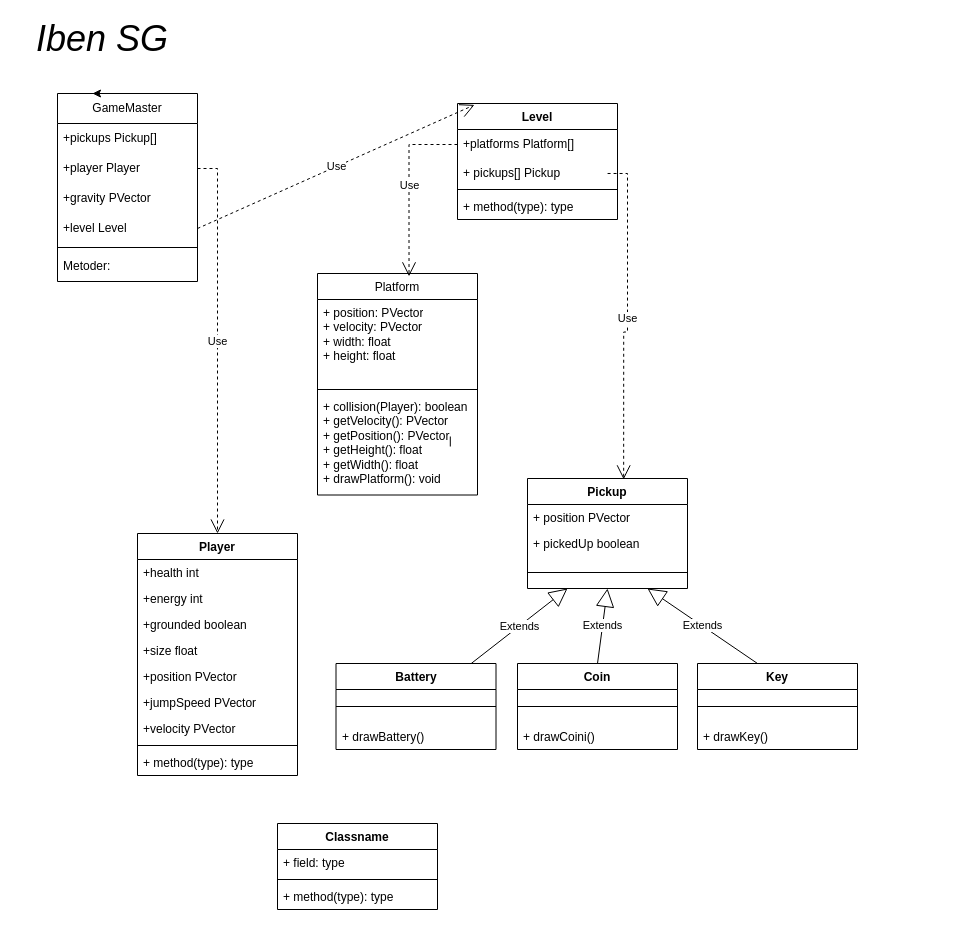
This is Klasse diagram.drawio from Lasse-HTX/spil, a draw.io file, before an edit. Source tidied: cells renumbered, new cells numbered last; positions are measured from the earlier drawing's top-left corner, leaving out a move shared by most shapes. Both pictures are drawn from the tidied source at 100%, with x=0, y=0 at pixel (17, 23).
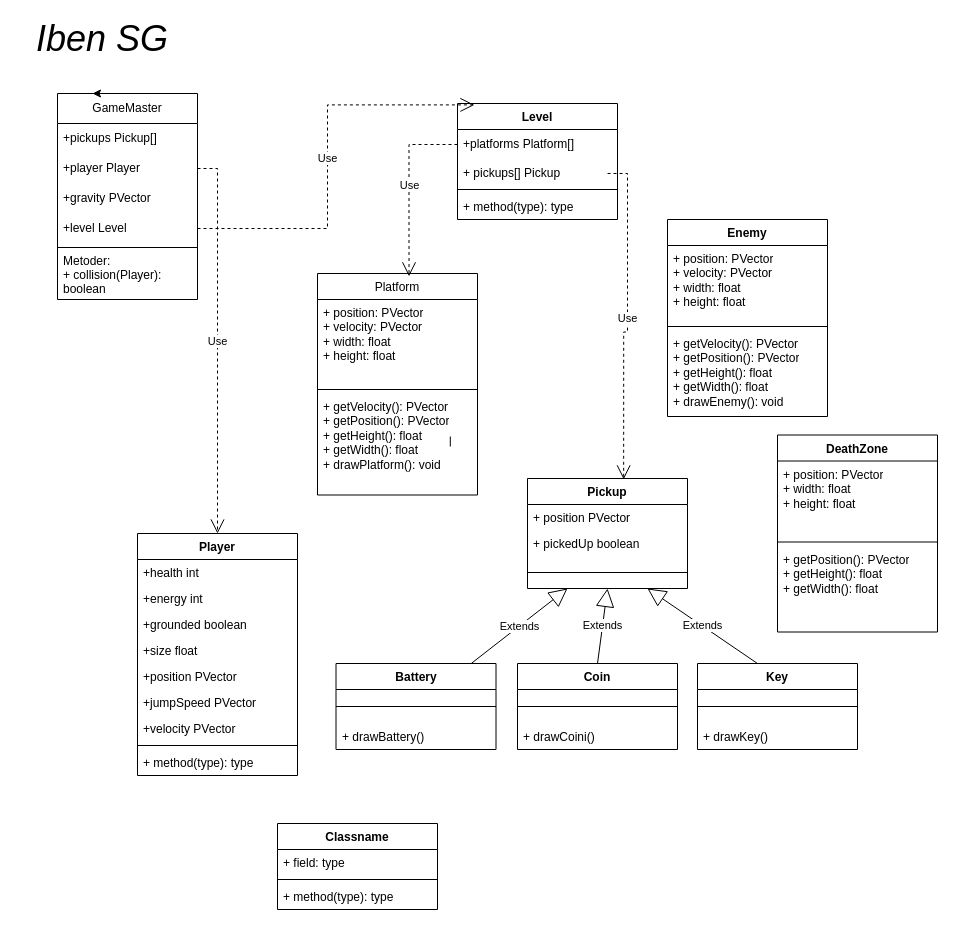
Above is the later version.

Unchanged cells that the change refers to:
```xml
<mxCell id="7" value="+level Level" style="text;strokeColor=none;fillColor=none;align=left;verticalAlign=middle;spacingLeft=4;spacingRight=4;overflow=hidden;points=[[0,0.5],[1,0.5]];portConstraint=eastwest;whiteSpace=wrap;html=1;" parent="3" vertex="1">
  <mxGeometry y="120" width="140" height="30" as="geometry" />
</mxCell>
<mxCell id="37" value="&lt;font style=&quot;font-weight: normal;&quot;&gt;Platform&lt;/font&gt;" style="swimlane;fontStyle=1;align=center;verticalAlign=top;horizontal=1;startSize=26;whiteSpace=wrap;html=1;" parent="1" vertex="1">
  <mxGeometry x="300" y="250" width="160" height="221.5" as="geometry" />
</mxCell>
<mxCell id="45" value="Level" style="swimlane;fontStyle=1;align=center;verticalAlign=top;horizontal=1;startSize=26;whiteSpace=wrap;html=1;" parent="1" vertex="1">
  <mxGeometry x="440" y="80" width="160" height="116" as="geometry" />
</mxCell>
```

The edit, as a diff of the source:
```diff
@@
     <mxCell id="3" value="GameMaster" style="swimlane;fontStyle=0;horizontal=1;startSize=30;whiteSpace=wrap;html=1;" parent="1" vertex="1">
-      <mxGeometry x="40" y="70" width="140" height="188" as="geometry" />
+      <mxGeometry x="40" y="70" width="140" height="206" as="geometry" />
     </mxCell>
@@
-    <mxCell id="9" value="Metoder:" style="text;strokeColor=none;fillColor=none;align=left;verticalAlign=middle;spacingLeft=4;spacingRight=4;overflow=hidden;whiteSpace=wrap;html=1;" parent="3" vertex="1">
-      <mxGeometry y="158" width="140" height="30" as="geometry" />
+    <mxCell id="9" value="Metoder:&lt;div&gt;+ collision(Player): boolean&lt;/div&gt;&lt;div&gt;&lt;br&gt;&lt;/div&gt;" style="text;strokeColor=none;fillColor=none;align=left;verticalAlign=middle;spacingLeft=4;spacingRight=4;overflow=hidden;whiteSpace=wrap;html=1;" parent="3" vertex="1">
+      <mxGeometry y="158" width="140" height="48" as="geometry" />
     </mxCell>
@@
-    <mxCell id="40" value="+ collision(Player): boolean&lt;div&gt;+ getVelocity(): PVector&lt;/div&gt;&lt;div&gt;+ getPosition(): PVector&lt;/div&gt;&lt;div&gt;+ getHeight(): float&lt;/div&gt;&lt;div&gt;+ getWidth(): float&lt;/div&gt;&lt;div&gt;&lt;div&gt;+ drawPlatform(): void&lt;/div&gt;&lt;/div&gt;" style="text;strokeColor=none;fillColor=none;align=left;verticalAlign=top;spacingLeft=4;spacingRight=4;overflow=hidden;whiteSpace=wrap;html=1;" parent="37" vertex="1">
+    <mxCell id="40" value="&lt;div&gt;+ getVelocity(): PVector&lt;/div&gt;&lt;div&gt;+ getPosition(): PVector&lt;/div&gt;&lt;div&gt;+ getHeight(): float&lt;/div&gt;&lt;div&gt;+ getWidth(): float&lt;/div&gt;&lt;div&gt;&lt;div&gt;+ drawPlatform(): void&lt;/div&gt;&lt;/div&gt;" style="text;strokeColor=none;fillColor=none;align=left;verticalAlign=top;spacingLeft=4;spacingRight=4;overflow=hidden;whiteSpace=wrap;html=1;" parent="37" vertex="1">
       <mxGeometry y="120" width="160" height="101.5" as="geometry" />
     </mxCell>
@@
-    <mxCell id="52" value="Use" style="endArrow=open;endSize=12;dashed=1;html=1;rounded=0;exitX=1;exitY=0.5;exitDx=0;exitDy=0;entryX=0.106;entryY=0.012;entryDx=0;entryDy=0;entryPerimeter=0;" parent="1" edge="1" source="7" target="45">
+    <mxCell id="52" value="Use" style="endArrow=open;endSize=12;dashed=1;html=1;rounded=0;exitX=1;exitY=0.5;exitDx=0;exitDy=0;entryX=0.106;entryY=0.012;entryDx=0;entryDy=0;entryPerimeter=0;edgeStyle=orthogonalEdgeStyle;" parent="1" edge="1" source="7" target="45">
       <mxGeometry relative="1" as="geometry" />
     </mxCell>
@@
+    <mxCell id="55" value="Enemy" style="swimlane;fontStyle=1;align=center;verticalAlign=top;horizontal=1;startSize=26;whiteSpace=wrap;html=1;" parent="1" vertex="1">
+      <mxGeometry x="650" y="196" width="160" height="197" as="geometry" />
+    </mxCell>
+    <mxCell id="56" value="+ position: PVector&lt;div&gt;+ velocity: PVector&lt;/div&gt;&lt;div&gt;+ width: float&lt;/div&gt;&lt;div&gt;+ height: float&lt;/div&gt;" style="text;strokeColor=none;fillColor=none;align=left;verticalAlign=top;spacingLeft=4;spacingRight=4;overflow=hidden;whiteSpace=wrap;html=1;" parent="55" vertex="1">
+      <mxGeometry y="26" width="160" height="77" as="geometry" />
+    </mxCell>
+    <mxCell id="57" style="line;strokeWidth=1;fillColor=none;align=left;verticalAlign=middle;spacingTop=-1;spacingLeft=3;spacingRight=3;labelPosition=right;strokeColor=inherit;" parent="55" vertex="1">
+      <mxGeometry y="103" width="160" height="8" as="geometry" />
+    </mxCell>
+    <mxCell id="58" value="&lt;div&gt;+ getVelocity(): PVector&lt;/div&gt;&lt;div&gt;+ getPosition(): PVector&lt;/div&gt;&lt;div&gt;+ getHeight(): float&lt;/div&gt;&lt;div&gt;+ getWidth(): float&lt;/div&gt;&lt;div&gt;+ drawEnemy(): void&lt;/div&gt;" style="text;strokeColor=none;fillColor=none;align=left;verticalAlign=top;spacingLeft=4;spacingRight=4;overflow=hidden;whiteSpace=wrap;html=1;" parent="55" vertex="1">
+      <mxGeometry y="111" width="160" height="86" as="geometry" />
+    </mxCell>
+    <mxCell id="59" value="DeathZone" style="swimlane;fontStyle=1;align=center;verticalAlign=top;horizontal=1;startSize=26;whiteSpace=wrap;html=1;" parent="1" vertex="1">
+      <mxGeometry x="760" y="411.5" width="160" height="197" as="geometry" />
+    </mxCell>
+    <mxCell id="60" value="+ position: PVector&lt;div&gt;&lt;span style=&quot;background-color: transparent; color: light-dark(rgb(0, 0, 0), rgb(255, 255, 255));&quot;&gt;+ width: float&lt;/span&gt;&lt;/div&gt;&lt;div&gt;+ height: float&lt;/div&gt;" style="text;strokeColor=none;fillColor=none;align=left;verticalAlign=top;spacingLeft=4;spacingRight=4;overflow=hidden;whiteSpace=wrap;html=1;" parent="59" vertex="1">
+      <mxGeometry y="26" width="160" height="77" as="geometry" />
+    </mxCell>
+    <mxCell id="61" style="line;strokeWidth=1;fillColor=none;align=left;verticalAlign=middle;spacingTop=-1;spacingLeft=3;spacingRight=3;labelPosition=right;strokeColor=inherit;" parent="59" vertex="1">
+      <mxGeometry y="103" width="160" height="8" as="geometry" />
+    </mxCell>
+    <mxCell id="62" value="&lt;div&gt;&lt;span style=&quot;background-color: transparent; color: light-dark(rgb(0, 0, 0), rgb(255, 255, 255));&quot;&gt;+ getPosition(): PVector&lt;/span&gt;&lt;/div&gt;&lt;div&gt;+ getHeight(): float&lt;/div&gt;&lt;div&gt;+ getWidth(): float&lt;/div&gt;" style="text;strokeColor=none;fillColor=none;align=left;verticalAlign=top;spacingLeft=4;spacingRight=4;overflow=hidden;whiteSpace=wrap;html=1;" parent="59" vertex="1">
+      <mxGeometry y="111" width="160" height="86" as="geometry" />
+    </mxCell>
```
